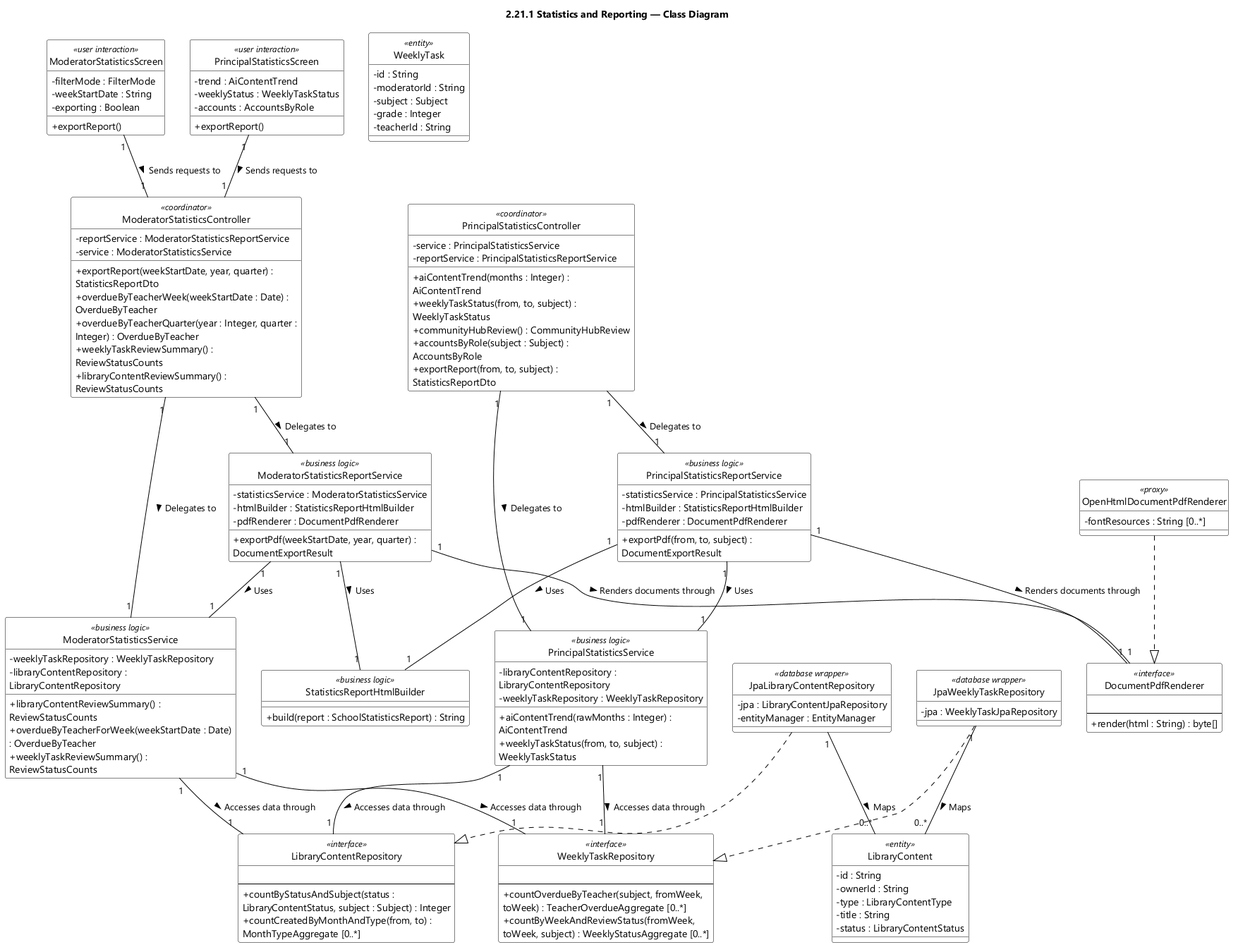
Before: designs/sds-diagrams/feat21/feat21-class-diagram.png, a diagram exported from PlantUML (EduA-system/EduA-system).
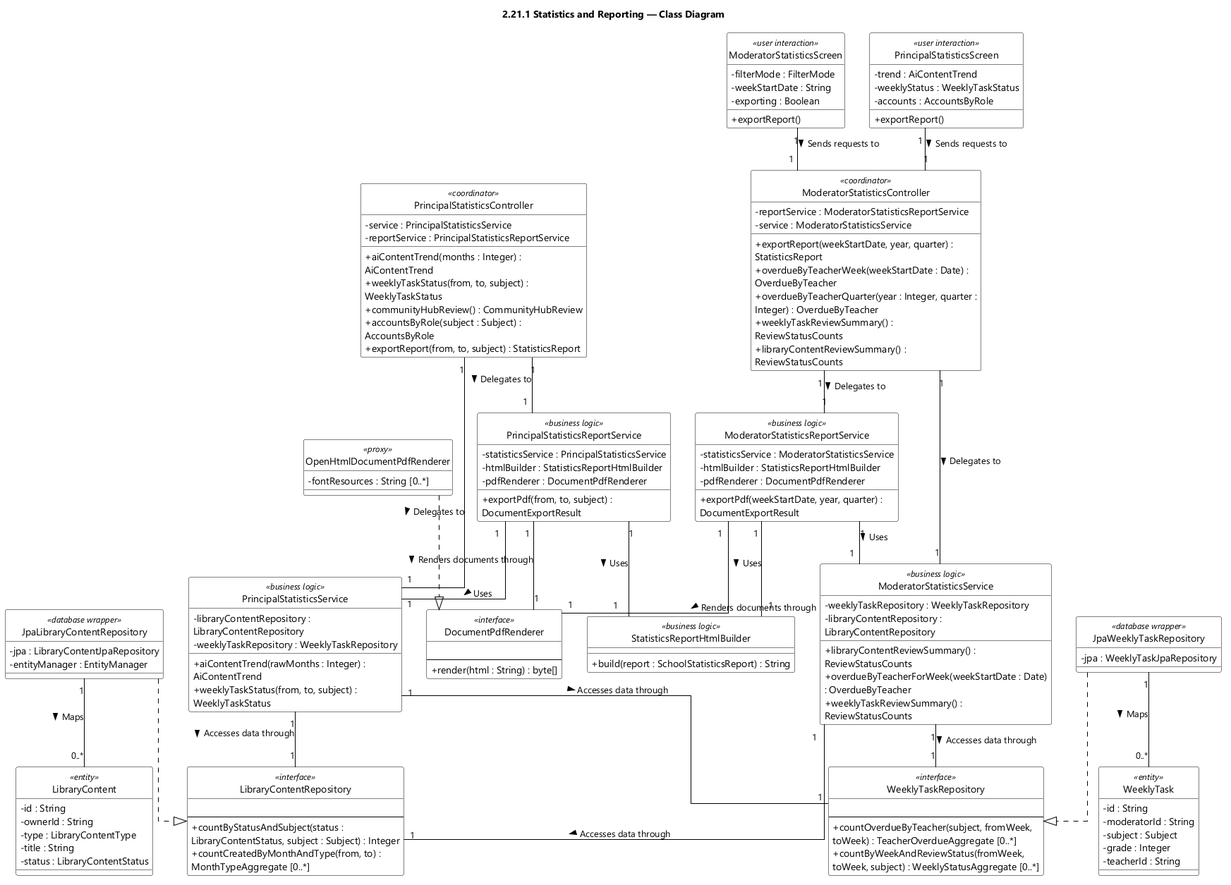
After the commit.

The edit, as a diff of the source:
```diff
@@ -7,6 +7,7 @@
 skinparam classBorderColor #000000
 skinparam ArrowColor #000000
 skinparam classAttributeIconSize 0
+skinparam linetype ortho
 hide circle
 title 2.21.1 Statistics and Reporting — Class Diagram
 class ModeratorStatisticsScreen <<user interaction>> {
@@ -19,7 +20,7 @@
 class ModeratorStatisticsController <<coordinator>> {
   - reportService : ModeratorStatisticsReportService
   - service : ModeratorStatisticsService
-  + exportReport(weekStartDate, year, quarter) : StatisticsReportDto
+  + exportReport(weekStartDate, year, quarter) : StatisticsReport
   + overdueByTeacherWeek(weekStartDate : Date) : OverdueByTeacher
   + overdueByTeacherQuarter(year : Integer, quarter : Integer) : OverdueByTeacher
   + weeklyTaskReviewSummary() : ReviewStatusCounts
@@ -62,7 +63,7 @@
   + weeklyTaskStatus(from, to, subject) : WeeklyTaskStatus
   + communityHubReview() : CommunityHubReview
   + accountsByRole(subject : Subject) : AccountsByRole
-  + exportReport(from, to, subject) : StatisticsReportDto
+  + exportReport(from, to, subject) : StatisticsReport
 }
 
 class PrincipalStatisticsService <<business logic>> {
@@ -145,6 +146,6 @@
 OpenHtmlDocumentPdfRenderer ..|> DocumentPdfRenderer
 JpaWeeklyTaskRepository ..|> WeeklyTaskRepository
 JpaLibraryContentRepository "1" -- "0..*" LibraryContent : Maps >
-JpaWeeklyTaskRepository "1" -- "0..*" LibraryContent : Maps >
+JpaWeeklyTaskRepository "1" -- "0..*" WeeklyTask : Maps >
 
 @enduml
```
